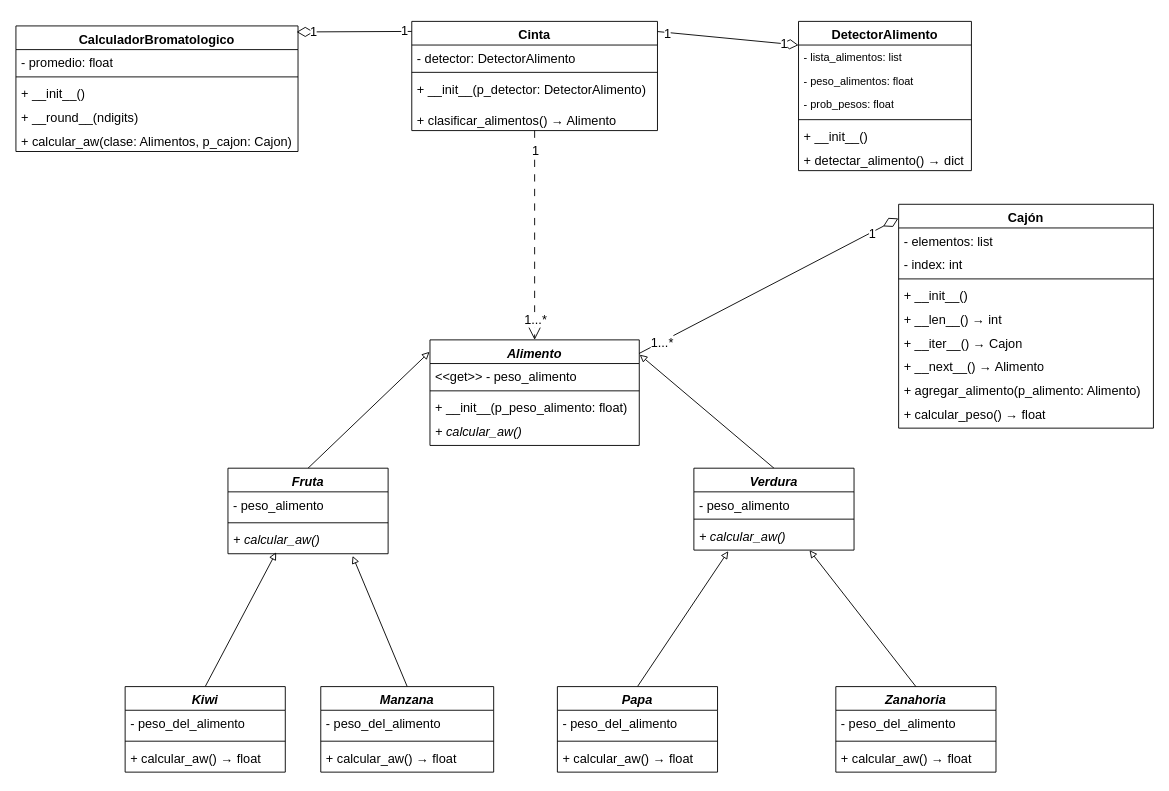
The draw.io diagram TrabajoPractico_2/proyecto2/docs/diagrama_UML_p2.drawio in FelipeCarrozzo/prog_avanzada, before the edit. Source tidied: cells renumbered, new cells numbered last; positions are measured from the earlier drawing's top-left corner, leaving out a move shared by most shapes. Both pictures are drawn from the tidied source at 91%, with x=0, y=0 at pixel (15, 21).
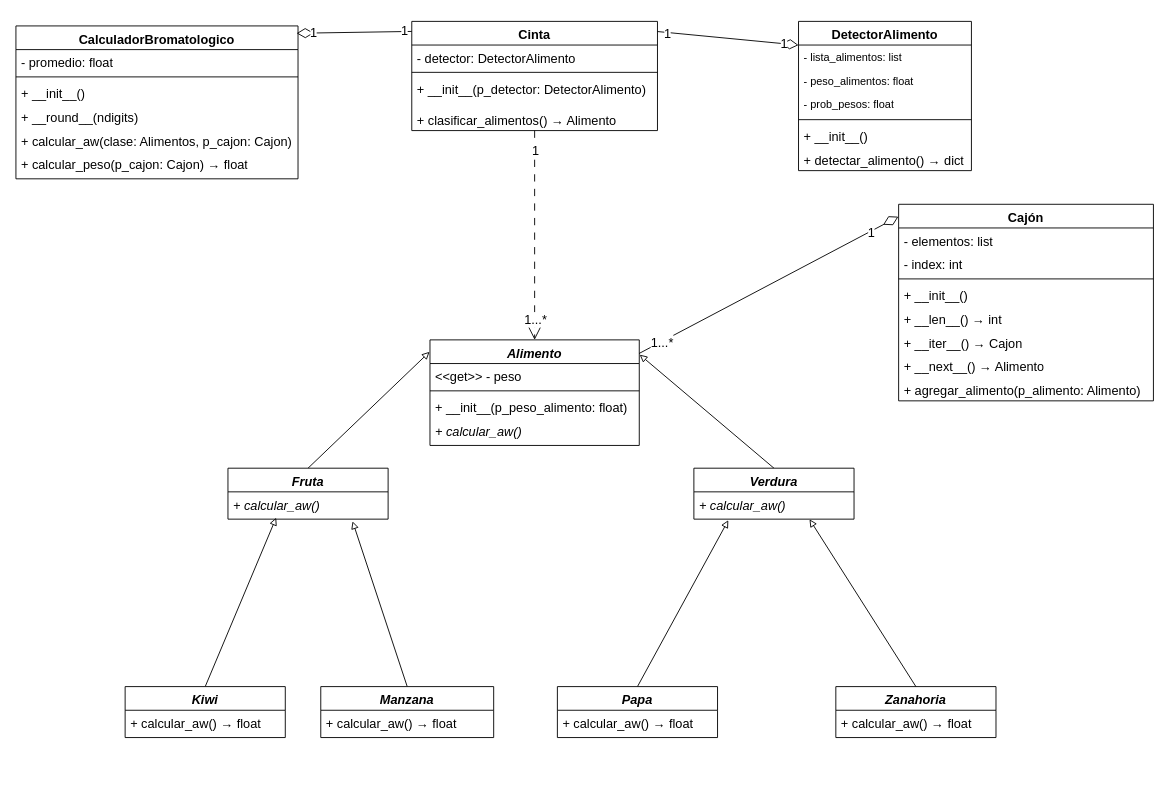
The same page after the edit.

Commit message (it also covers changes not shown here):
cambio la funcion calcular_peso al caldulador. Modifico el uml

The change refers to these unchanged cells:
```xml
<mxCell id="42" value="&lt;i&gt;&lt;font style=&quot;color: rgb(0, 0, 0);&quot;&gt;Alimento&lt;/font&gt;&lt;/i&gt;" style="swimlane;fontStyle=1;align=center;verticalAlign=top;horizontal=1;startSize=26;whiteSpace=wrap;html=1;fontSize=14;" parent="1" vertex="1">
  <mxGeometry x="455" y="350" width="230" height="116" as="geometry" />
</mxCell>
```

Change to the diagram source:
```diff
@@
     <mxCell id="17" value="CalculadorBromatologico" style="swimlane;fontStyle=1;align=center;verticalAlign=top;horizontal=1;startSize=26;whiteSpace=wrap;html=1;fontSize=14;" parent="1" vertex="1">
-      <mxGeometry y="5" width="310" height="138" as="geometry" />
+      <mxGeometry y="5" width="310" height="168" as="geometry" />
     </mxCell>
@@
+    <mxCell id="77" value="+ calcular_peso(p_cajon: Cajon)&amp;nbsp;→ float" style="text;strokeColor=none;fillColor=none;align=left;verticalAlign=top;spacingLeft=4;spacingRight=4;overflow=hidden;whiteSpace=wrap;html=1;fontSize=14;" parent="17" vertex="1">
+      <mxGeometry y="138" width="310" height="30" as="geometry" />
+    </mxCell>
@@
     <mxCell id="24" value="&lt;i&gt;&lt;font style=&quot;color: rgb(0, 0, 0);&quot;&gt;Manzana&lt;/font&gt;&lt;/i&gt;" style="swimlane;fontStyle=1;align=center;verticalAlign=top;horizontal=1;startSize=26;whiteSpace=wrap;html=1;fontSize=14;" parent="1" vertex="1">
-      <mxGeometry x="335" y="731" width="190" height="94" as="geometry" />
+      <mxGeometry x="335" y="731" width="190" height="56" as="geometry" />
     </mxCell>
-    <mxCell id="25" value="- peso_del_alimento" style="text;strokeColor=none;fillColor=none;align=left;verticalAlign=top;spacingLeft=4;spacingRight=4;overflow=hidden;whiteSpace=wrap;html=1;fontSize=14;" parent="24" vertex="1">
-      <mxGeometry y="26" width="190" height="30" as="geometry" />
-    </mxCell>
-    <mxCell id="26" style="line;strokeWidth=1;fillColor=none;align=left;verticalAlign=middle;spacingTop=-1;spacingLeft=3;spacingRight=3;labelPosition=right;strokeColor=inherit;fontSize=14;" parent="24" vertex="1">
-      <mxGeometry y="56" width="190" height="8" as="geometry" />
-    </mxCell>
     <mxCell id="27" value="&lt;font style=&quot;color: rgb(0, 0, 0);&quot;&gt;+ calcular_aw() → float&lt;/font&gt;" style="text;strokeColor=none;fillColor=none;align=left;verticalAlign=top;spacingLeft=4;spacingRight=4;overflow=hidden;whiteSpace=wrap;html=1;fontSize=14;" parent="24" vertex="1">
-      <mxGeometry y="64" width="190" height="30" as="geometry" />
+      <mxGeometry y="26" width="190" height="30" as="geometry" />
     </mxCell>
@@
     <mxCell id="29" value="&lt;i&gt;&lt;font style=&quot;color: rgb(0, 0, 0);&quot;&gt;Papa&lt;/font&gt;&lt;/i&gt;" style="swimlane;fontStyle=1;align=center;verticalAlign=top;horizontal=1;startSize=26;whiteSpace=wrap;html=1;fontSize=14;" parent="1" vertex="1">
-      <mxGeometry x="595" y="731" width="176" height="94" as="geometry" />
+      <mxGeometry x="595" y="731" width="176" height="56" as="geometry" />
     </mxCell>
-    <mxCell id="30" value="- peso_del_alimento" style="text;strokeColor=none;fillColor=none;align=left;verticalAlign=top;spacingLeft=4;spacingRight=4;overflow=hidden;whiteSpace=wrap;html=1;fontSize=14;" parent="29" vertex="1">
-      <mxGeometry y="26" width="176" height="30" as="geometry" />
-    </mxCell>
-    <mxCell id="31" style="line;strokeWidth=1;fillColor=none;align=left;verticalAlign=middle;spacingTop=-1;spacingLeft=3;spacingRight=3;labelPosition=right;strokeColor=inherit;fontSize=14;" parent="29" vertex="1">
-      <mxGeometry y="56" width="176" height="8" as="geometry" />
-    </mxCell>
     <mxCell id="32" value="&lt;font style=&quot;color: rgb(0, 0, 0);&quot;&gt;+ calcular_aw()&amp;nbsp;→ float&lt;/font&gt;" style="text;strokeColor=none;fillColor=none;align=left;verticalAlign=top;spacingLeft=4;spacingRight=4;overflow=hidden;whiteSpace=wrap;html=1;fontSize=14;" parent="29" vertex="1">
-      <mxGeometry y="64" width="176" height="30" as="geometry" />
+      <mxGeometry y="26" width="176" height="30" as="geometry" />
     </mxCell>
     <mxCell id="33" value="&lt;i style=&quot;background-color: light-dark(#ffffff, var(--ge-dark-color, #121212));&quot;&gt;&lt;font style=&quot;color: rgb(0, 0, 0);&quot;&gt;Zanahoria&lt;/font&gt;&lt;/i&gt;" style="swimlane;fontStyle=1;align=center;verticalAlign=top;horizontal=1;startSize=26;whiteSpace=wrap;html=1;fontSize=14;" parent="1" vertex="1">
-      <mxGeometry x="901" y="731" width="176" height="94" as="geometry" />
+      <mxGeometry x="901" y="731" width="176" height="56" as="geometry" />
     </mxCell>
-    <mxCell id="34" value="- peso_del_alimento" style="text;strokeColor=none;fillColor=none;align=left;verticalAlign=top;spacingLeft=4;spacingRight=4;overflow=hidden;whiteSpace=wrap;html=1;fontSize=14;" parent="33" vertex="1">
-      <mxGeometry y="26" width="176" height="30" as="geometry" />
-    </mxCell>
-    <mxCell id="35" style="line;strokeWidth=1;fillColor=none;align=left;verticalAlign=middle;spacingTop=-1;spacingLeft=3;spacingRight=3;labelPosition=right;strokeColor=inherit;fontSize=14;" parent="33" vertex="1">
-      <mxGeometry y="56" width="176" height="8" as="geometry" />
-    </mxCell>
     <mxCell id="36" value="&lt;font style=&quot;color: rgb(0, 0, 0);&quot;&gt;+ calcular_aw()&amp;nbsp;→ float&lt;/font&gt;" style="text;strokeColor=none;fillColor=none;align=left;verticalAlign=top;spacingLeft=4;spacingRight=4;overflow=hidden;whiteSpace=wrap;html=1;fontSize=14;" parent="33" vertex="1">
-      <mxGeometry y="64" width="176" height="30" as="geometry" />
+      <mxGeometry y="26" width="176" height="30" as="geometry" />
     </mxCell>
@@
     <mxCell id="38" value="&lt;i&gt;&lt;font style=&quot;color: rgb(0, 0, 0);&quot;&gt;Kiwi&lt;/font&gt;&lt;/i&gt;" style="swimlane;fontStyle=1;align=center;verticalAlign=top;horizontal=1;startSize=26;whiteSpace=wrap;html=1;fontSize=14;" parent="1" vertex="1">
-      <mxGeometry x="120" y="731" width="176" height="94" as="geometry" />
+      <mxGeometry x="120" y="731" width="176" height="56" as="geometry" />
     </mxCell>
-    <mxCell id="39" value="- peso_del_alimento" style="text;strokeColor=none;fillColor=none;align=left;verticalAlign=top;spacingLeft=4;spacingRight=4;overflow=hidden;whiteSpace=wrap;html=1;fontSize=14;" parent="38" vertex="1">
-      <mxGeometry y="26" width="176" height="30" as="geometry" />
-    </mxCell>
-    <mxCell id="40" style="line;strokeWidth=1;fillColor=none;align=left;verticalAlign=middle;spacingTop=-1;spacingLeft=3;spacingRight=3;labelPosition=right;strokeColor=inherit;fontSize=14;" parent="38" vertex="1">
-      <mxGeometry y="56" width="176" height="8" as="geometry" />
-    </mxCell>
     <mxCell id="41" value="&lt;span style=&quot;font-style: normal;&quot;&gt;&lt;font style=&quot;color: rgb(0, 0, 0);&quot;&gt;+ calcular_aw()&lt;/font&gt;&lt;/span&gt;&lt;span style=&quot;color: rgb(0, 0, 0); font-style: normal;&quot;&gt;&amp;nbsp;→ float&lt;/span&gt;" style="text;strokeColor=none;fillColor=none;align=left;verticalAlign=top;spacingLeft=4;spacingRight=4;overflow=hidden;whiteSpace=wrap;html=1;fontStyle=2;fontSize=14;" parent="38" vertex="1">
-      <mxGeometry y="64" width="176" height="30" as="geometry" />
+      <mxGeometry y="26" width="176" height="30" as="geometry" />
     </mxCell>
@@
-    <mxCell id="43" value="&amp;lt;&amp;lt;get&amp;gt;&amp;gt; - peso_alimento" style="text;strokeColor=none;fillColor=none;align=left;verticalAlign=top;spacingLeft=4;spacingRight=4;overflow=hidden;whiteSpace=wrap;html=1;fontSize=14;" parent="42" vertex="1">
+    <mxCell id="43" value="&amp;lt;&amp;lt;get&amp;gt;&amp;gt; - peso" style="text;strokeColor=none;fillColor=none;align=left;verticalAlign=top;spacingLeft=4;spacingRight=4;overflow=hidden;whiteSpace=wrap;html=1;fontSize=14;" parent="42" vertex="1">
       <mxGeometry y="26" width="230" height="26" as="geometry" />
     </mxCell>
@@
     <mxCell id="48" value="&lt;i&gt;&lt;font style=&quot;color: rgb(0, 0, 0);&quot;&gt;Fruta&lt;/font&gt;&lt;/i&gt;" style="swimlane;fontStyle=1;align=center;verticalAlign=top;horizontal=1;startSize=26;whiteSpace=wrap;html=1;fontSize=14;" parent="1" vertex="1">
-      <mxGeometry x="233" y="491" width="176" height="94" as="geometry" />
+      <mxGeometry x="233" y="491" width="176" height="56" as="geometry" />
     </mxCell>
-    <mxCell id="49" value="- peso_alimento" style="text;strokeColor=none;fillColor=none;align=left;verticalAlign=top;spacingLeft=4;spacingRight=4;overflow=hidden;whiteSpace=wrap;html=1;fontSize=14;" parent="48" vertex="1">
-      <mxGeometry y="26" width="176" height="30" as="geometry" />
-    </mxCell>
-    <mxCell id="50" style="line;strokeWidth=1;fillColor=none;align=left;verticalAlign=middle;spacingTop=-1;spacingLeft=3;spacingRight=3;labelPosition=right;strokeColor=inherit;fontSize=14;" parent="48" vertex="1">
-      <mxGeometry y="56" width="176" height="8" as="geometry" />
-    </mxCell>
     <mxCell id="51" value="&lt;i&gt;&lt;font style=&quot;color: rgb(0, 0, 0);&quot;&gt;+ calcular_aw()&lt;/font&gt;&lt;/i&gt;" style="text;strokeColor=none;fillColor=none;align=left;verticalAlign=top;spacingLeft=4;spacingRight=4;overflow=hidden;points=[[0,0.5],[1,0.5]];portConstraint=eastwest;whiteSpace=wrap;html=1;fontSize=14;" parent="48" vertex="1">
-      <mxGeometry y="64" width="176" height="30" as="geometry" />
+      <mxGeometry y="26" width="176" height="30" as="geometry" />
     </mxCell>
@@
     <mxCell id="53" value="&lt;i&gt;&lt;font style=&quot;color: rgb(0, 0, 0);&quot;&gt;Verdura&lt;/font&gt;&lt;/i&gt;" style="swimlane;fontStyle=1;align=center;verticalAlign=top;horizontal=1;startSize=26;whiteSpace=wrap;html=1;fontSize=14;" parent="1" vertex="1">
-      <mxGeometry x="745" y="491" width="176" height="90" as="geometry" />
+      <mxGeometry x="745" y="491" width="176" height="56" as="geometry" />
     </mxCell>
-    <mxCell id="54" value="- peso_alimento" style="text;strokeColor=none;fillColor=none;align=left;verticalAlign=top;spacingLeft=4;spacingRight=4;overflow=hidden;whiteSpace=wrap;html=1;fontSize=14;" parent="53" vertex="1">
-      <mxGeometry y="26" width="176" height="26" as="geometry" />
-    </mxCell>
-    <mxCell id="55" style="line;strokeWidth=1;fillColor=none;align=left;verticalAlign=middle;spacingTop=-1;spacingLeft=3;spacingRight=3;labelPosition=right;strokeColor=inherit;fontSize=14;" parent="53" vertex="1">
-      <mxGeometry y="52" width="176" height="8" as="geometry" />
-    </mxCell>
     <mxCell id="56" value="&lt;i&gt;&lt;font style=&quot;color: rgb(0, 0, 0);&quot;&gt;+ calcular_aw()&lt;/font&gt;&lt;/i&gt;" style="text;strokeColor=none;fillColor=none;align=left;verticalAlign=top;spacingLeft=4;spacingRight=4;overflow=hidden;points=[[0,0.5],[1,0.5]];portConstraint=eastwest;whiteSpace=wrap;html=1;fontSize=14;" parent="53" vertex="1">
-      <mxGeometry y="60" width="176" height="30" as="geometry" />
+      <mxGeometry y="26" width="176" height="30" as="geometry" />
     </mxCell>
     <mxCell id="57" value="Cajón" style="swimlane;fontStyle=1;align=center;verticalAlign=top;horizontal=1;startSize=26;whiteSpace=wrap;html=1;fontSize=14;" parent="1" vertex="1">
-      <mxGeometry x="970" y="201" width="280" height="246" as="geometry" />
+      <mxGeometry x="970" y="201" width="280" height="216" as="geometry" />
     </mxCell>
@@
-    <mxCell id="66" value="+ calcular_peso()&amp;nbsp;→ float" style="text;strokeColor=none;fillColor=none;align=left;verticalAlign=top;spacingLeft=4;spacingRight=4;overflow=hidden;whiteSpace=wrap;html=1;fontSize=14;" parent="57" vertex="1">
-      <mxGeometry y="216" width="280" height="30" as="geometry" />
-    </mxCell>
```
